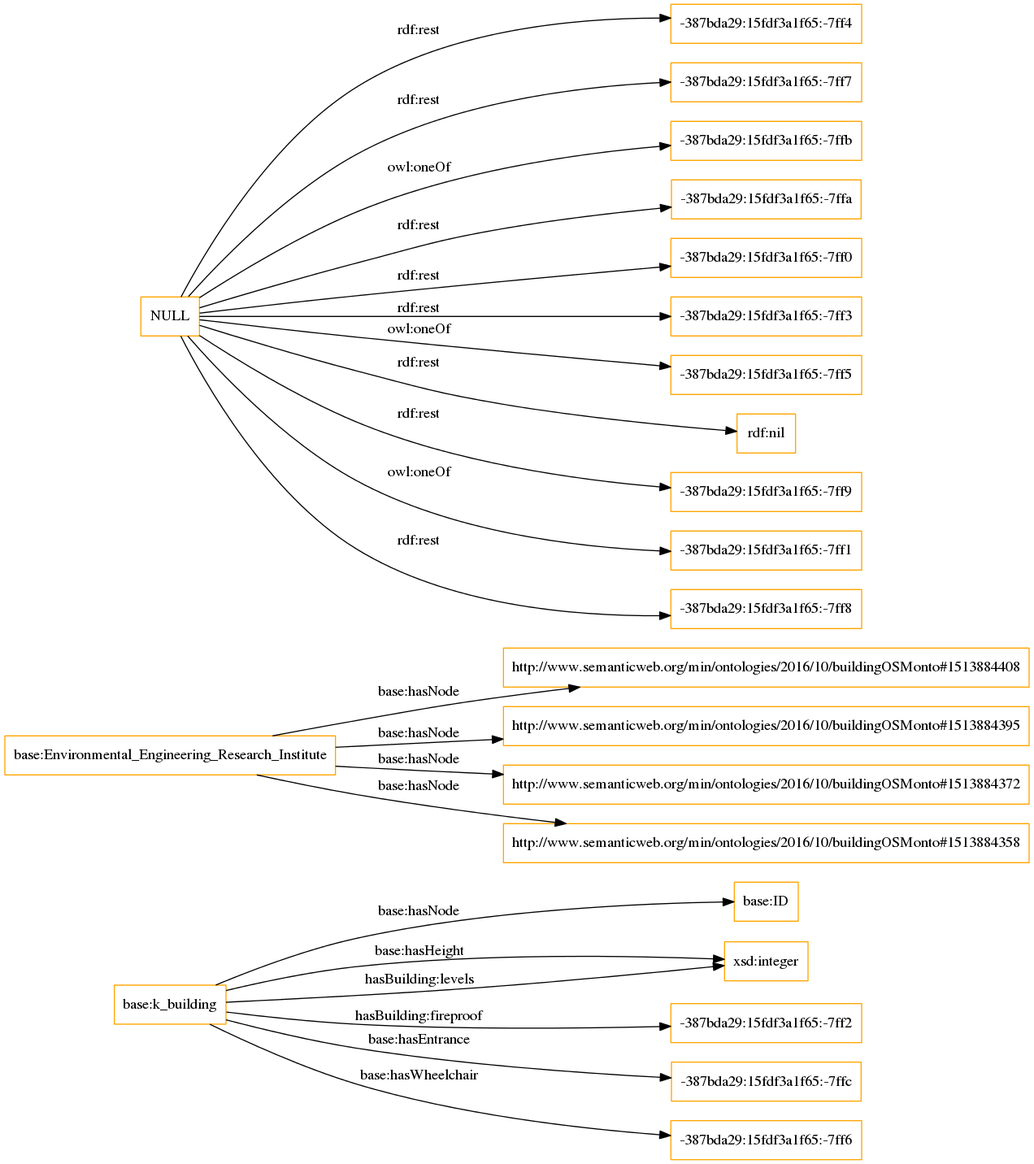
Earlier version of the Graphviz export OnToology/buildingOSMonto.owl/diagrams/ar2dtool-class/buildingOSMonto.owl.png (sky8109242004/buildingOSMonto). Its source is kept beside it as OnToology/buildingOSMonto.owl/diagrams/ar2dtool-class/buildingOSMonto.owl.png.dot. Source of this version:
```dot
digraph ar2dtool_diagram {
rankdir=LR;
size="1501"
node [shape = rectangle, color="orange"]; "base:k_building" "base:ID" ; /*classes style*/
	"base:Environmental_Engineering_Research_Institute" -> "http://www.semanticweb.org/min/ontologies/2016/10/buildingOSMonto#1513884408" [ label = "base:hasNode" ];
	"base:Environmental_Engineering_Research_Institute" -> "http://www.semanticweb.org/min/ontologies/2016/10/buildingOSMonto#1513884395" [ label = "base:hasNode" ];
	"base:Environmental_Engineering_Research_Institute" -> "http://www.semanticweb.org/min/ontologies/2016/10/buildingOSMonto#1513884372" [ label = "base:hasNode" ];
	"base:Environmental_Engineering_Research_Institute" -> "http://www.semanticweb.org/min/ontologies/2016/10/buildingOSMonto#1513884358" [ label = "base:hasNode" ];
	"NULL" -> "-387bda29:15fdf3a1f65:-7ff4" [ label = "rdf:rest" ];
	"NULL" -> "-387bda29:15fdf3a1f65:-7ff7" [ label = "rdf:rest" ];
	"NULL" -> "-387bda29:15fdf3a1f65:-7ffb" [ label = "owl:oneOf" ];
	"NULL" -> "-387bda29:15fdf3a1f65:-7ffa" [ label = "rdf:rest" ];
	"NULL" -> "-387bda29:15fdf3a1f65:-7ff0" [ label = "rdf:rest" ];
	"NULL" -> "-387bda29:15fdf3a1f65:-7ff3" [ label = "rdf:rest" ];
	"NULL" -> "-387bda29:15fdf3a1f65:-7ff5" [ label = "owl:oneOf" ];
	"NULL" -> "rdf:nil" [ label = "rdf:rest" ];
	"NULL" -> "-387bda29:15fdf3a1f65:-7ff9" [ label = "rdf:rest" ];
	"NULL" -> "-387bda29:15fdf3a1f65:-7ff1" [ label = "owl:oneOf" ];
	"NULL" -> "-387bda29:15fdf3a1f65:-7ff8" [ label = "rdf:rest" ];
	"base:k_building" -> "xsd:integer" [ label = "base:hasHeight" ];
	"base:k_building" -> "-387bda29:15fdf3a1f65:-7ff2" [ label = "hasBuilding:fireproof" ];
	"base:k_building" -> "-387bda29:15fdf3a1f65:-7ffc" [ label = "base:hasEntrance" ];
	"base:k_building" -> "-387bda29:15fdf3a1f65:-7ff6" [ label = "base:hasWheelchair" ];
	"base:k_building" -> "base:ID" [ label = "base:hasNode" ];
	"base:k_building" -> "xsd:integer" [ label = "hasBuilding:levels" ];

}
```
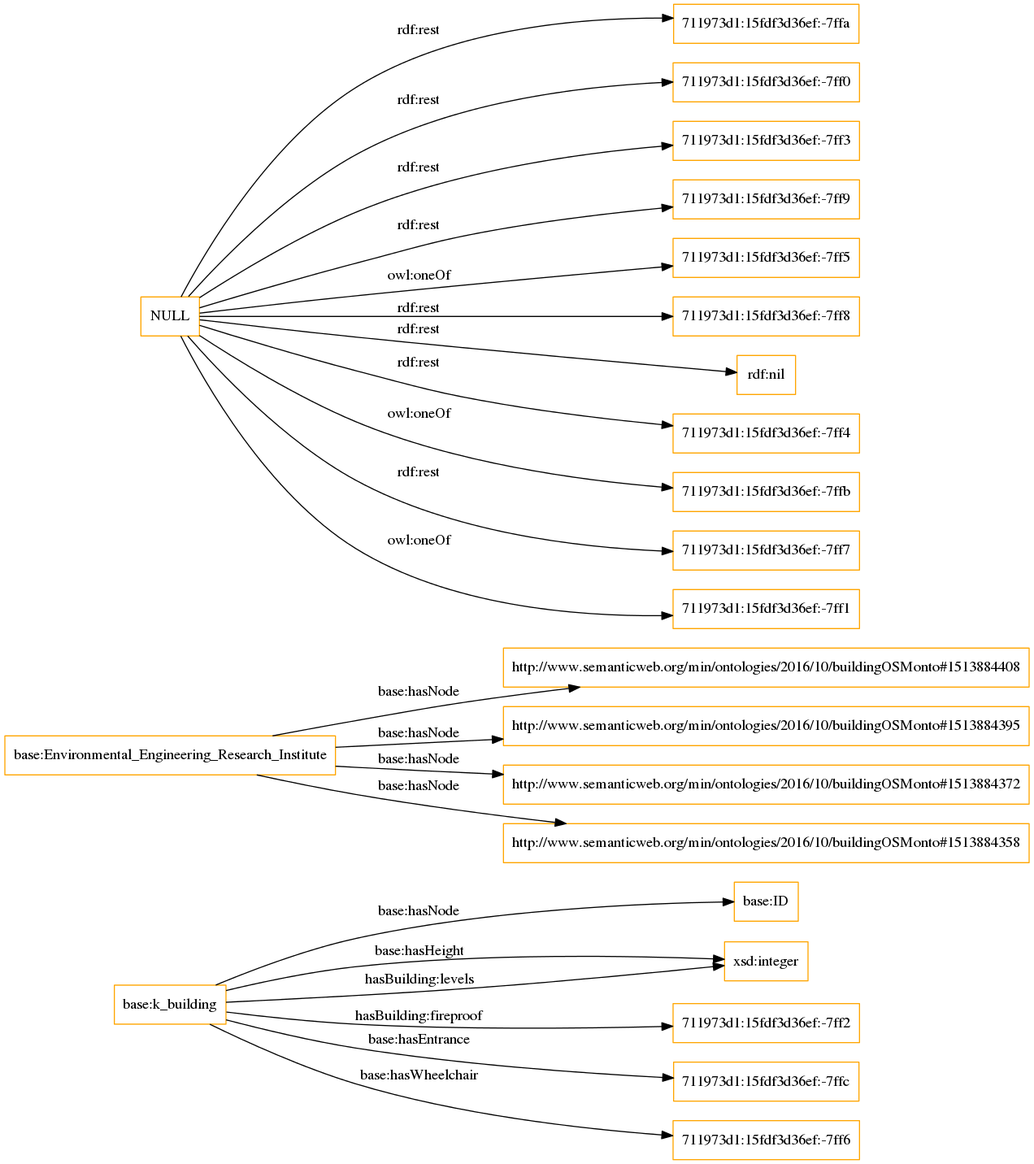
The same file after the commit.

Diff of the diagram source:
```diff
@@ -6,21 +6,21 @@
 	"base:Environmental_Engineering_Research_Institute" -> "http://www.semanticweb.org/min/ontologies/2016/10/buildingOSMonto#1513884395" [ label = "base:hasNode" ];
 	"base:Environmental_Engineering_Research_Institute" -> "http://www.semanticweb.org/min/ontologies/2016/10/buildingOSMonto#1513884372" [ label = "base:hasNode" ];
 	"base:Environmental_Engineering_Research_Institute" -> "http://www.semanticweb.org/min/ontologies/2016/10/buildingOSMonto#1513884358" [ label = "base:hasNode" ];
-	"NULL" -> "-387bda29:15fdf3a1f65:-7ff4" [ label = "rdf:rest" ];
-	"NULL" -> "-387bda29:15fdf3a1f65:-7ff7" [ label = "rdf:rest" ];
-	"NULL" -> "-387bda29:15fdf3a1f65:-7ffb" [ label = "owl:oneOf" ];
-	"NULL" -> "-387bda29:15fdf3a1f65:-7ffa" [ label = "rdf:rest" ];
-	"NULL" -> "-387bda29:15fdf3a1f65:-7ff0" [ label = "rdf:rest" ];
-	"NULL" -> "-387bda29:15fdf3a1f65:-7ff3" [ label = "rdf:rest" ];
-	"NULL" -> "-387bda29:15fdf3a1f65:-7ff5" [ label = "owl:oneOf" ];
+	"NULL" -> "711973d1:15fdf3d36ef:-7ffa" [ label = "rdf:rest" ];
+	"NULL" -> "711973d1:15fdf3d36ef:-7ff0" [ label = "rdf:rest" ];
+	"NULL" -> "711973d1:15fdf3d36ef:-7ff3" [ label = "rdf:rest" ];
+	"NULL" -> "711973d1:15fdf3d36ef:-7ff9" [ label = "rdf:rest" ];
+	"NULL" -> "711973d1:15fdf3d36ef:-7ff5" [ label = "owl:oneOf" ];
+	"NULL" -> "711973d1:15fdf3d36ef:-7ff8" [ label = "rdf:rest" ];
 	"NULL" -> "rdf:nil" [ label = "rdf:rest" ];
-	"NULL" -> "-387bda29:15fdf3a1f65:-7ff9" [ label = "rdf:rest" ];
-	"NULL" -> "-387bda29:15fdf3a1f65:-7ff1" [ label = "owl:oneOf" ];
-	"NULL" -> "-387bda29:15fdf3a1f65:-7ff8" [ label = "rdf:rest" ];
+	"NULL" -> "711973d1:15fdf3d36ef:-7ff4" [ label = "rdf:rest" ];
+	"NULL" -> "711973d1:15fdf3d36ef:-7ffb" [ label = "owl:oneOf" ];
+	"NULL" -> "711973d1:15fdf3d36ef:-7ff7" [ label = "rdf:rest" ];
+	"NULL" -> "711973d1:15fdf3d36ef:-7ff1" [ label = "owl:oneOf" ];
 	"base:k_building" -> "xsd:integer" [ label = "base:hasHeight" ];
-	"base:k_building" -> "-387bda29:15fdf3a1f65:-7ff2" [ label = "hasBuilding:fireproof" ];
-	"base:k_building" -> "-387bda29:15fdf3a1f65:-7ffc" [ label = "base:hasEntrance" ];
-	"base:k_building" -> "-387bda29:15fdf3a1f65:-7ff6" [ label = "base:hasWheelchair" ];
+	"base:k_building" -> "711973d1:15fdf3d36ef:-7ff2" [ label = "hasBuilding:fireproof" ];
+	"base:k_building" -> "711973d1:15fdf3d36ef:-7ffc" [ label = "base:hasEntrance" ];
+	"base:k_building" -> "711973d1:15fdf3d36ef:-7ff6" [ label = "base:hasWheelchair" ];
 	"base:k_building" -> "base:ID" [ label = "base:hasNode" ];
 	"base:k_building" -> "xsd:integer" [ label = "hasBuilding:levels" ];
 
```
